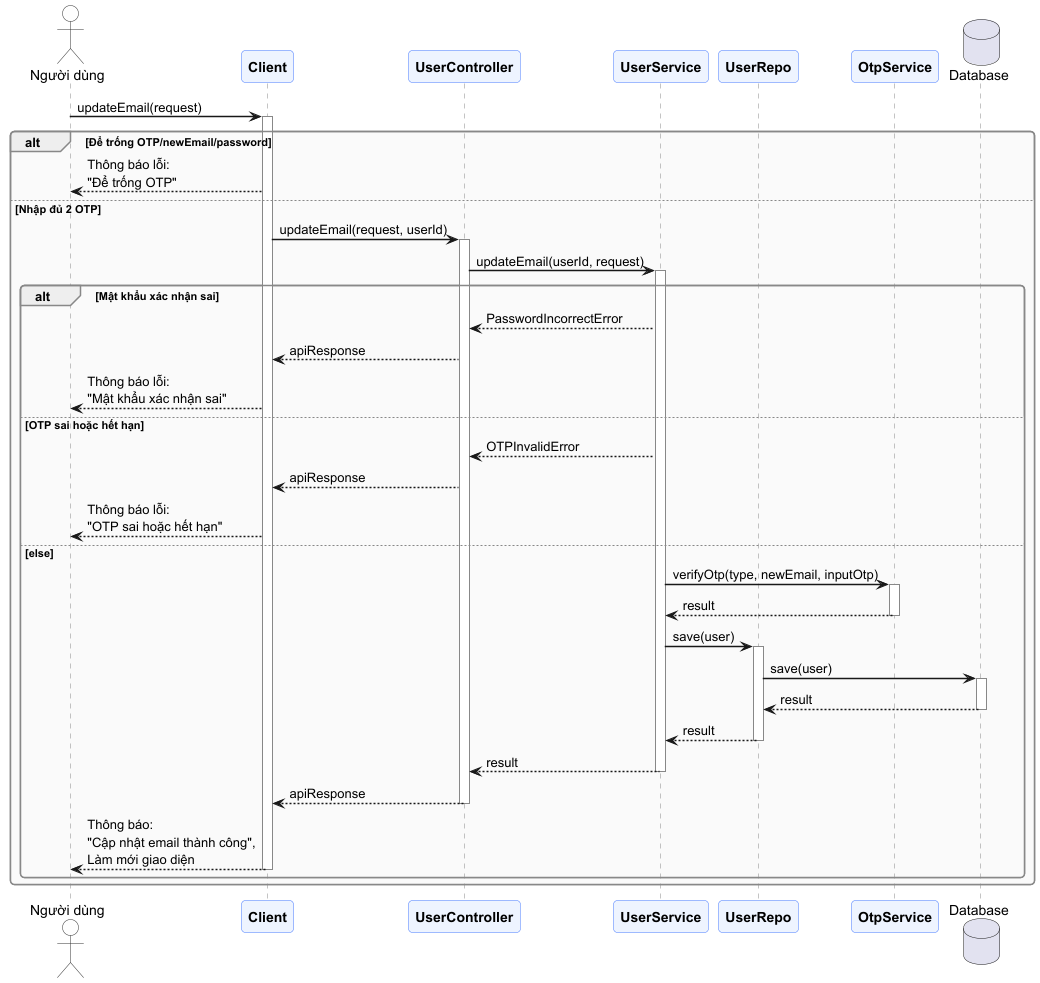
This is docs/diagrams/sequence-diagram/Update_Email_Sequence_updateEmail.png from trantrieuduong/Elingo-Language-Learning-System, a PlantUML export, as it was before one commit.
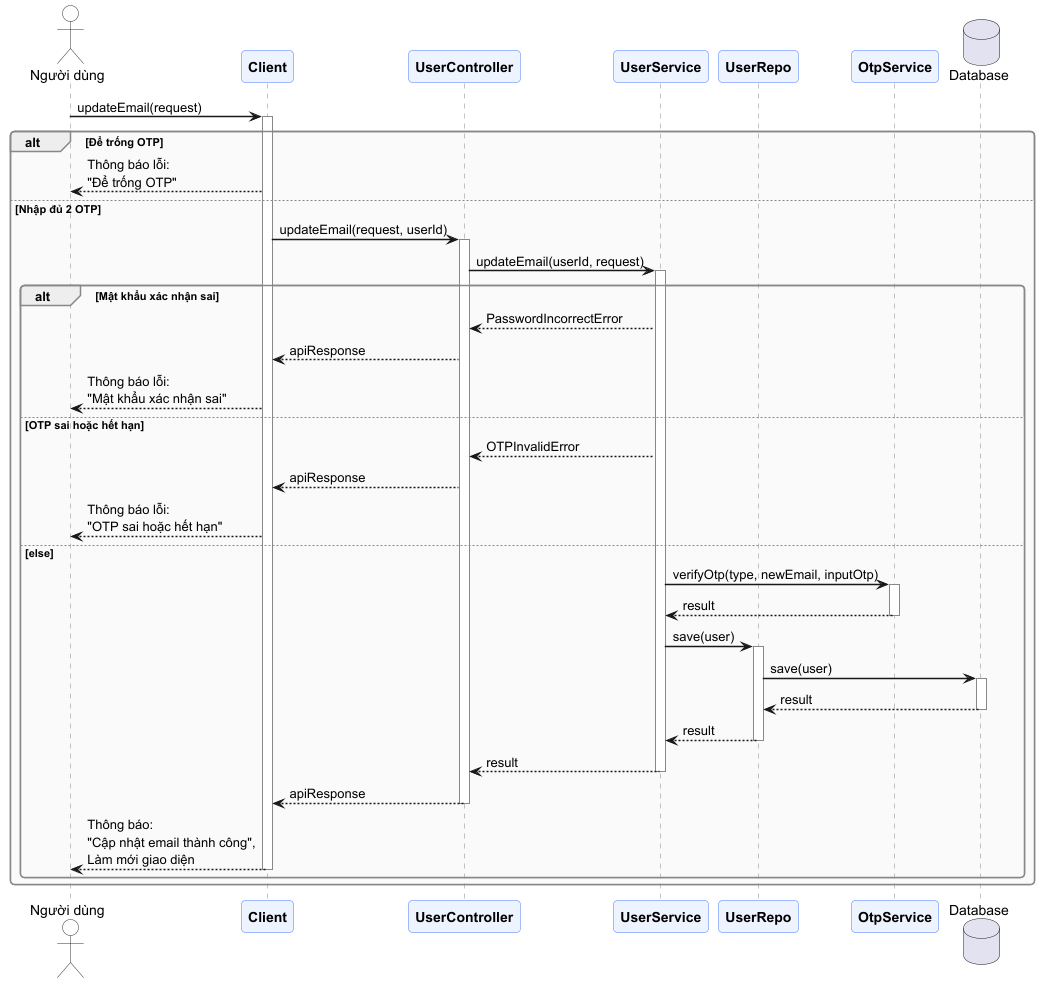
The same file after the commit.

Commit message:
fix(user): add transactional to email update and fix diagram typo

- Add missing @Transactional annotations to UserService email update methods.
- Revert a minor typo in the update email sequence diagram's validation error message.

The edit, as a diff of the source:
```diff
@@ -32,7 +32,7 @@
 User -> client : updateEmail(request)
 activate client
 
-alt Để trống OTP/newEmail/password
+alt Để trống OTP
     client --> User: Thông báo lỗi:\n"Để trống OTP"
 else Nhập đủ 2 OTP
     client -> controller : updateEmail(request, userId)
```
